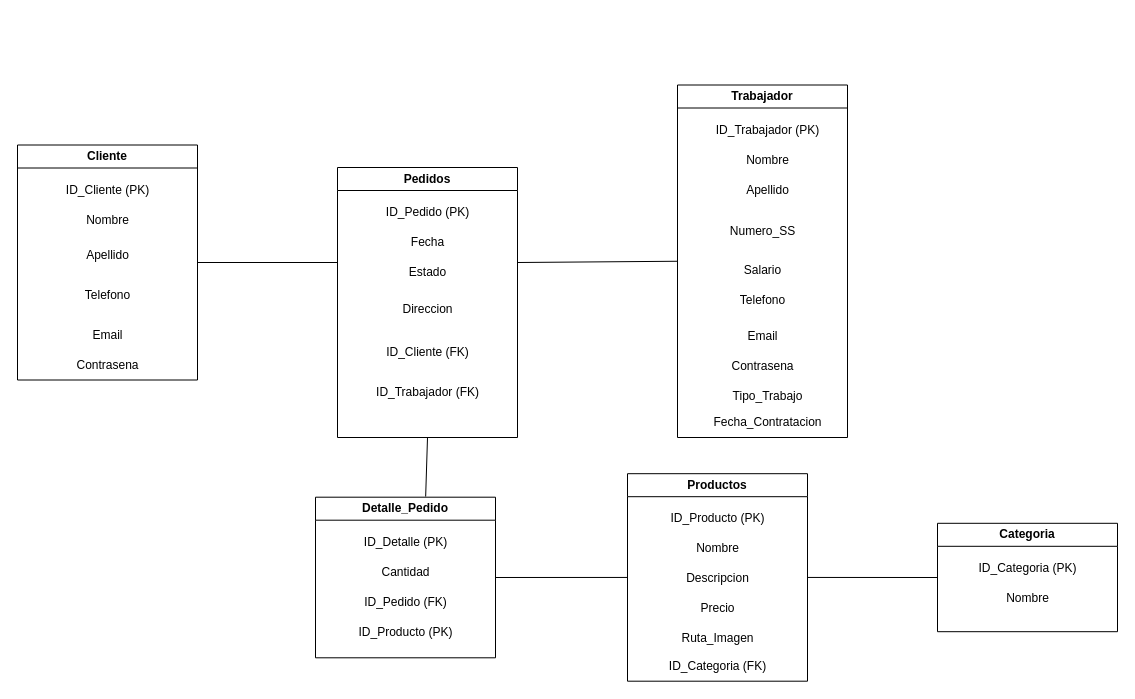
Above: Modelo-Relacional/Modelo Relacional.drawio in jblas7/web-final (draw.io), before the change. Source tidied: cells renumbered, new cells numbered last; positions are measured from the earlier drawing's top-left corner, leaving out a move shared by most shapes. Both pictures are drawn from the tidied source at 100%, with x=0, y=0 at pixel (17, 85).
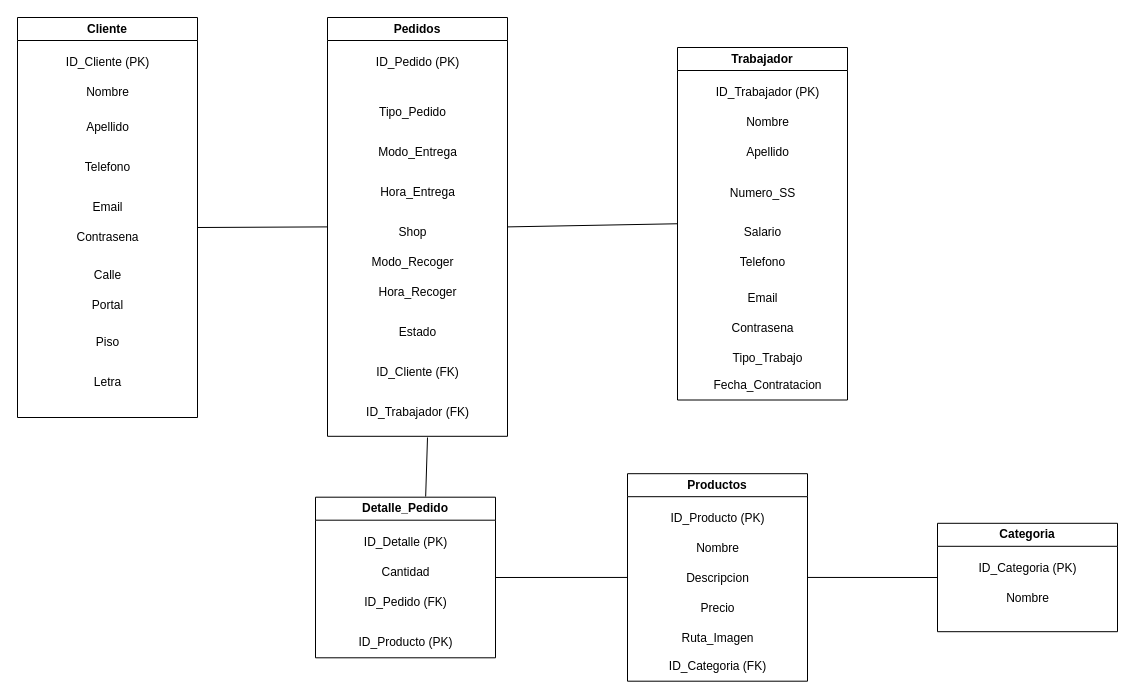
The same diagram, later.

Commit message (it also covers changes not shown here):
Diseño final relacional

Aplicada la estructura final de la bbdd al modelo relacional

Unchanged cells that the change refers to:
```xml
<mxCell id="23" value="Detalle_Pedido" style="swimlane;whiteSpace=wrap;html=1;" parent="1" vertex="1">
  <mxGeometry x="298" y="411.7" width="180" height="160.6" as="geometry" />
</mxCell>
```

The edit, as a diff of the source:
```diff
@@
     <mxCell id="2" value="Cliente" style="swimlane;whiteSpace=wrap;html=1;" parent="1" vertex="1">
-      <mxGeometry y="59.5" width="180" height="235" as="geometry" />
+      <mxGeometry y="-68" width="180" height="400" as="geometry" />
     </mxCell>
@@
+    <mxCell id="47" value="Calle" style="text;html=1;align=center;verticalAlign=middle;strokeColor=none;fillColor=none;" parent="2" vertex="1">
+      <mxGeometry x="65" y="242.5" width="50" height="30" as="geometry" />
+    </mxCell>
+    <mxCell id="48" value="Portal" style="text;html=1;align=center;verticalAlign=middle;strokeColor=none;fillColor=none;" parent="2" vertex="1">
+      <mxGeometry x="65" y="272.5" width="50" height="30" as="geometry" />
+    </mxCell>
+    <mxCell id="49" value="Piso" style="text;html=1;align=center;verticalAlign=middle;strokeColor=none;fillColor=none;" parent="2" vertex="1">
+      <mxGeometry x="65" y="310" width="50" height="30" as="geometry" />
+    </mxCell>
+    <mxCell id="50" value="Letra" style="text;html=1;align=center;verticalAlign=middle;strokeColor=none;fillColor=none;" parent="2" vertex="1">
+      <mxGeometry x="65" y="350" width="50" height="30" as="geometry" />
+    </mxCell>
     <mxCell id="9" value="Pedidos" style="swimlane;whiteSpace=wrap;html=1;" parent="1" vertex="1">
-      <mxGeometry x="320" y="82" width="180" height="270" as="geometry" />
+      <mxGeometry x="310" y="-68" width="180" height="418.8" as="geometry" />
     </mxCell>
@@
-    <mxCell id="11" value="Fecha" style="text;html=1;align=center;verticalAlign=middle;strokeColor=none;fillColor=none;" parent="9" vertex="1">
-      <mxGeometry x="60" y="60" width="60" height="30" as="geometry" />
+    <mxCell id="11" value="Tipo_Pedido" style="text;html=1;align=center;verticalAlign=middle;strokeColor=none;fillColor=none;" parent="9" vertex="1">
+      <mxGeometry x="40" y="80" width="90" height="30" as="geometry" />
     </mxCell>
+    <mxCell id="13" value="ID_Cliente (FK)" style="text;html=1;align=center;verticalAlign=middle;strokeColor=none;fillColor=none;" parent="9" vertex="1">
+      <mxGeometry x="35" y="340" width="110" height="30" as="geometry" />
+    </mxCell>
+    <mxCell id="15" value="ID_Trabajador (FK)" style="text;html=1;align=center;verticalAlign=middle;strokeColor=none;fillColor=none;" parent="9" vertex="1">
+      <mxGeometry x="25" y="380" width="130" height="30" as="geometry" />
+    </mxCell>
+    <mxCell id="51" value="Shop" style="text;html=1;align=center;verticalAlign=middle;strokeColor=none;fillColor=none;" parent="9" vertex="1">
+      <mxGeometry x="60" y="200" width="50" height="30" as="geometry" />
+    </mxCell>
+    <mxCell id="52" value="Hora_Entrega" style="text;html=1;align=center;verticalAlign=middle;strokeColor=none;fillColor=none;" parent="9" vertex="1">
+      <mxGeometry x="40" y="160" width="100" height="30" as="geometry" />
+    </mxCell>
+    <mxCell id="53" value="Hora_Recoger" style="text;html=1;align=center;verticalAlign=middle;strokeColor=none;fillColor=none;" parent="9" vertex="1">
+      <mxGeometry x="40" y="260" width="100" height="30" as="geometry" />
+    </mxCell>
+    <mxCell id="39" style="endArrow=none;html=1;rounded=0;entryX=0;entryY=0.5;entryDx=0;entryDy=0;" parent="9" edge="1" target="9">
+      <mxGeometry relative="1" as="geometry">
+        <mxPoint x="-130" y="210" as="sourcePoint" />
+      </mxGeometry>
+    </mxCell>
+    <mxCell id="54" value="Modo_Recoger" style="text;html=1;align=center;verticalAlign=middle;strokeColor=none;fillColor=none;" parent="9" vertex="1">
+      <mxGeometry x="30" y="230" width="110" height="30" as="geometry" />
+    </mxCell>
     <mxCell id="12" value="Estado" style="text;html=1;align=center;verticalAlign=middle;strokeColor=none;fillColor=none;" parent="9" vertex="1">
-      <mxGeometry x="60" y="90" width="60" height="30" as="geometry" />
+      <mxGeometry x="60" y="300" width="60" height="30" as="geometry" />
     </mxCell>
-    <mxCell id="13" value="ID_Cliente (FK)" style="text;html=1;align=center;verticalAlign=middle;strokeColor=none;fillColor=none;" parent="9" vertex="1">
-      <mxGeometry x="35" y="170" width="110" height="30" as="geometry" />
-    </mxCell>
-    <mxCell id="14" value="Direccion" style="text;html=1;align=center;verticalAlign=middle;strokeColor=none;fillColor=none;" parent="9" vertex="1">
-      <mxGeometry x="55" y="127" width="70" height="30" as="geometry" />
-    </mxCell>
-    <mxCell id="15" value="ID_Trabajador (FK)" style="text;html=1;align=center;verticalAlign=middle;strokeColor=none;fillColor=none;" parent="9" vertex="1">
-      <mxGeometry x="25" y="210" width="130" height="30" as="geometry" />
-    </mxCell>
+    <mxCell id="55" value="Modo_Entrega" style="text;html=1;align=center;verticalAlign=middle;strokeColor=none;fillColor=none;" parent="9" vertex="1">
+      <mxGeometry x="40" y="120" width="100" height="30" as="geometry" />
+    </mxCell>
@@
     <mxCell id="27" value="ID_Producto (PK)" style="text;html=1;align=center;verticalAlign=middle;strokeColor=none;fillColor=none;" parent="23" vertex="1">
-      <mxGeometry x="30" y="120" width="120" height="30" as="geometry" />
+      <mxGeometry x="30" y="130.6" width="120" height="30" as="geometry" />
     </mxCell>
     <mxCell id="28" value="Trabajador" style="swimlane;whiteSpace=wrap;html=1;" parent="1" vertex="1">
-      <mxGeometry x="660" y="-0.5" width="170" height="352.5" as="geometry" />
+      <mxGeometry x="660" y="-38" width="170" height="352.5" as="geometry" />
     </mxCell>
@@
-    <mxCell id="39" style="endArrow=none;html=1;rounded=0;exitX=1;exitY=0.5;exitDx=0;exitDy=0;" parent="1" edge="1" source="2">
-      <mxGeometry relative="1" as="geometry">
-        <mxPoint x="320" y="177" as="targetPoint" />
-      </mxGeometry>
-    </mxCell>
-    <mxCell id="40" style="endArrow=none;html=1;rounded=0;entryX=0;entryY=0.5;entryDx=0;entryDy=0;" parent="1" edge="1" target="28">
-      <mxGeometry relative="1" as="geometry">
-        <mxPoint x="500" y="177" as="sourcePoint" />
-      </mxGeometry>
+    <mxCell id="40" style="endArrow=none;html=1;rounded=0;entryX=0;entryY=0.5;entryDx=0;entryDy=0;exitX=1;exitY=0.5;exitDx=0;exitDy=0;" parent="1" edge="1" source="9" target="28">
+      <mxGeometry relative="1" as="geometry" />
     </mxCell>
```
